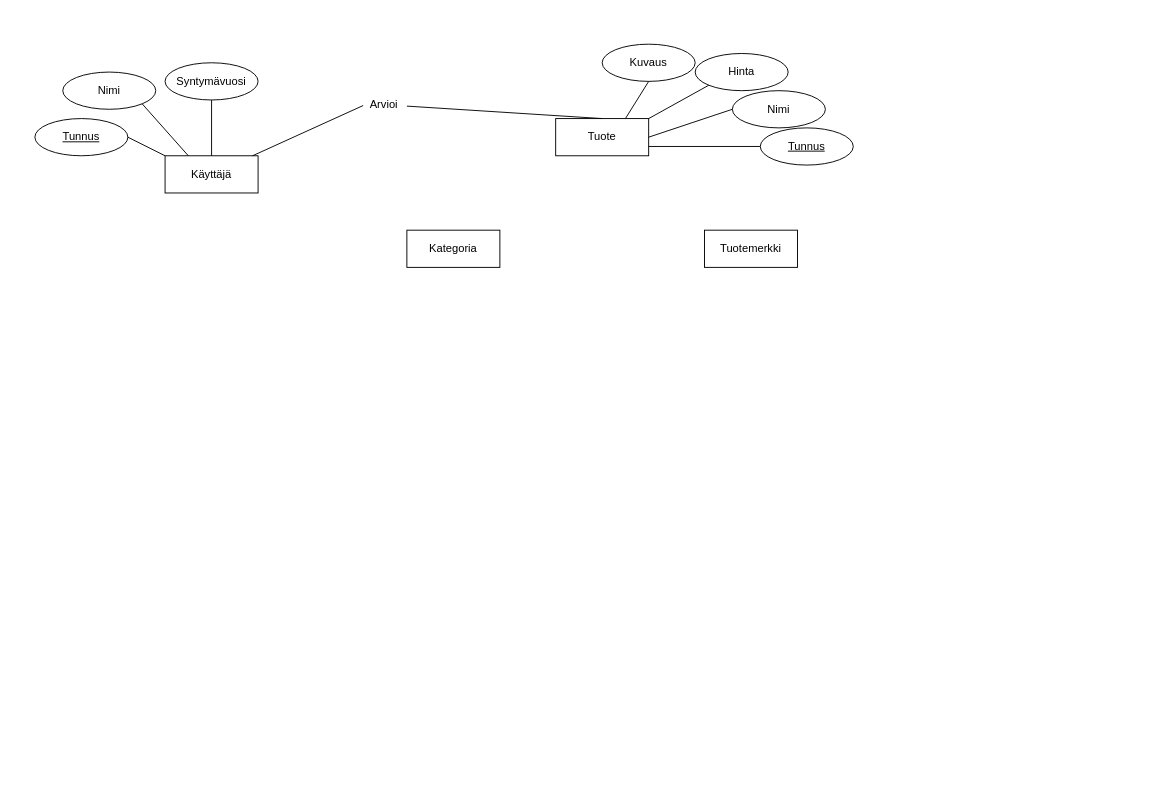
This is Untitled Diagram.drawio from AapoLinna/demoo-repo, a draw.io file, before an edit. Source tidied: cells renumbered, new cells numbered last; positions are measured from the earlier drawing's top-left corner, leaving out a move shared by most shapes. Both pictures are drawn from the tidied source at 93%, with x=0, y=0 at pixel (34, 44).
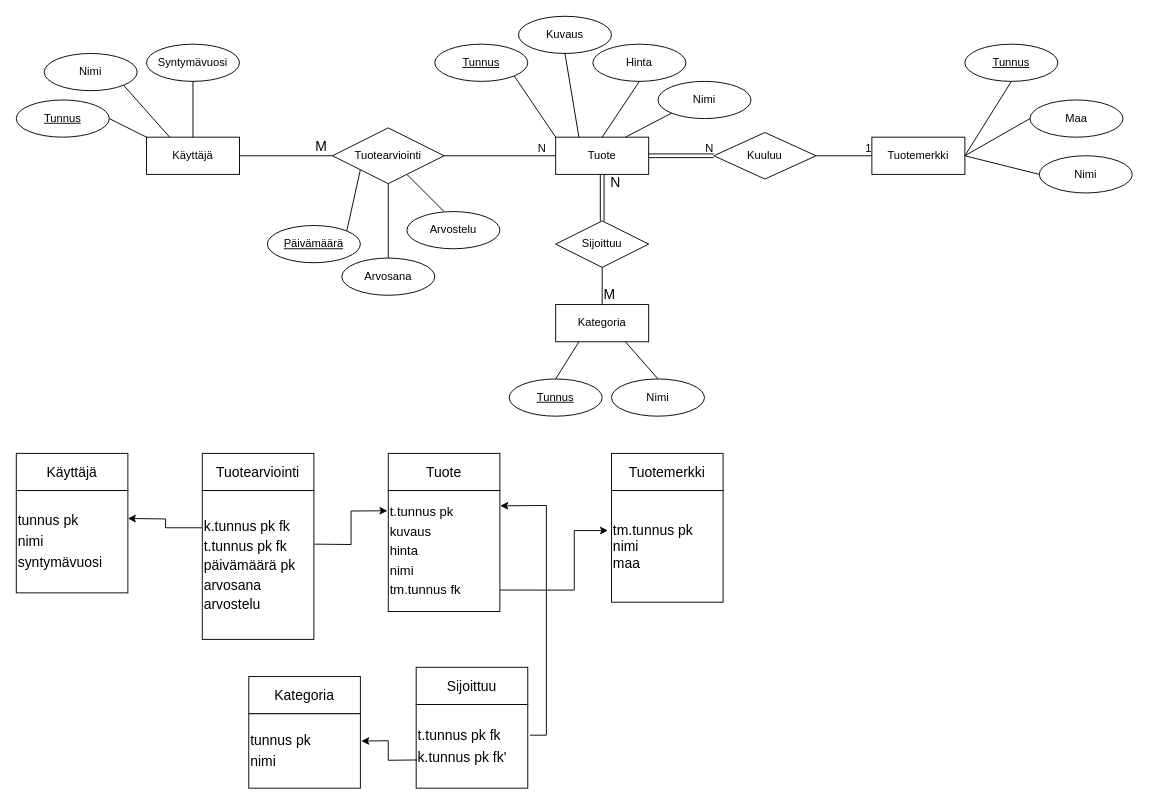
The same diagram, later.

What changed in the source:
```diff
@@
     <mxCell id="2" value="Kategoria" style="whiteSpace=wrap;html=1;align=center;" parent="1" vertex="1">
-      <mxGeometry x="400" y="200" width="100" height="40" as="geometry" />
+      <mxGeometry x="560" y="280" width="100" height="40" as="geometry" />
     </mxCell>
     <mxCell id="3" value="Tuotemerkki" style="whiteSpace=wrap;html=1;align=center;" parent="1" vertex="1">
-      <mxGeometry x="720" y="200" width="100" height="40" as="geometry" />
+      <mxGeometry x="900" y="100" width="100" height="40" as="geometry" />
     </mxCell>
     <mxCell id="4" value="Tuote" style="whiteSpace=wrap;html=1;align=center;" parent="1" vertex="1">
-      <mxGeometry x="560" y="80" width="100" height="40" as="geometry" />
+      <mxGeometry x="560" y="100" width="100" height="40" as="geometry" />
     </mxCell>
     <mxCell id="5" value="Käyttäjä" style="whiteSpace=wrap;html=1;align=center;" parent="1" vertex="1">
-      <mxGeometry x="140" y="120" width="100" height="40" as="geometry" />
+      <mxGeometry x="120" y="100" width="100" height="40" as="geometry" />
     </mxCell>
     <mxCell id="6" value="Tunnus" style="ellipse;whiteSpace=wrap;html=1;align=center;fontStyle=4;" parent="1" vertex="1">
-      <mxGeometry y="80" width="100" height="40" as="geometry" />
+      <mxGeometry x="-20" y="60" width="100" height="40" as="geometry" />
     </mxCell>
     <mxCell id="7" value="Nimi" style="ellipse;whiteSpace=wrap;html=1;align=center;" parent="1" vertex="1">
-      <mxGeometry x="30" y="30" width="100" height="40" as="geometry" />
+      <mxGeometry x="10" y="10" width="100" height="40" as="geometry" />
     </mxCell>
     <mxCell id="8" value="Syntymävuosi" style="ellipse;whiteSpace=wrap;html=1;align=center;" parent="1" vertex="1">
-      <mxGeometry x="140" y="20" width="100" height="40" as="geometry" />
+      <mxGeometry x="120" width="100" height="40" as="geometry" />
     </mxCell>
@@
     <mxCell id="12" value="Tunnus" style="ellipse;whiteSpace=wrap;html=1;align=center;fontStyle=4;" parent="1" vertex="1">
-      <mxGeometry x="780" y="90" width="100" height="40" as="geometry" />
+      <mxGeometry x="430" width="100" height="40" as="geometry" />
     </mxCell>
     <mxCell id="13" value="Hinta" style="ellipse;whiteSpace=wrap;html=1;align=center;" parent="1" vertex="1">
-      <mxGeometry x="710" y="10" width="100" height="40" as="geometry" />
+      <mxGeometry x="600" width="100" height="40" as="geometry" />
     </mxCell>
     <mxCell id="14" value="Nimi" style="ellipse;whiteSpace=wrap;html=1;align=center;" parent="1" vertex="1">
-      <mxGeometry x="750" y="50" width="100" height="40" as="geometry" />
+      <mxGeometry x="670" y="40" width="100" height="40" as="geometry" />
     </mxCell>
     <mxCell id="15" value="Kuvaus" style="ellipse;whiteSpace=wrap;html=1;align=center;" parent="1" vertex="1">
-      <mxGeometry x="610" width="100" height="40" as="geometry" />
+      <mxGeometry x="520" y="-30" width="100" height="40" as="geometry" />
     </mxCell>
-    <mxCell id="16" style="endArrow=none;html=1;rounded=0;exitX=0;exitY=1;exitDx=0;exitDy=0;" parent="1" edge="1" source="13">
-      <mxGeometry relative="1" as="geometry">
-        <mxPoint x="660" y="80" as="targetPoint" />
-      </mxGeometry>
+    <mxCell id="16" style="endArrow=none;html=1;rounded=0;exitX=0.5;exitY=1;exitDx=0;exitDy=0;entryX=0.5;entryY=0;entryDx=0;entryDy=0;" parent="1" edge="1" source="13" target="4">
+      <mxGeometry relative="1" as="geometry" />
     </mxCell>
-    <mxCell id="17" style="endArrow=none;html=1;rounded=0;exitX=0.5;exitY=1;exitDx=0;exitDy=0;entryX=0.75;entryY=0;entryDx=0;entryDy=0;" parent="1" edge="1" source="15" target="4">
+    <mxCell id="17" style="endArrow=none;html=1;rounded=0;exitX=0.5;exitY=1;exitDx=0;exitDy=0;entryX=0.25;entryY=0;entryDx=0;entryDy=0;" parent="1" edge="1" source="15" target="4">
       <mxGeometry relative="1" as="geometry" />
     </mxCell>
-    <mxCell id="18" style="endArrow=none;html=1;rounded=0;entryX=1;entryY=0.5;entryDx=0;entryDy=0;exitX=0;exitY=0.5;exitDx=0;exitDy=0;" parent="1" edge="1" source="14" target="4">
+    <mxCell id="18" style="endArrow=none;html=1;rounded=0;entryX=0.75;entryY=0;entryDx=0;entryDy=0;exitX=0;exitY=1;exitDx=0;exitDy=0;" parent="1" edge="1" source="14" target="4">
       <mxGeometry relative="1" as="geometry" />
     </mxCell>
-    <mxCell id="19" style="endArrow=none;html=1;rounded=0;exitX=0;exitY=0.5;exitDx=0;exitDy=0;entryX=1;entryY=0.75;entryDx=0;entryDy=0;" parent="1" edge="1" source="12" target="4">
-      <mxGeometry relative="1" as="geometry" />
+    <mxCell id="19" style="endArrow=none;html=1;rounded=0;exitX=0;exitY=0;exitDx=0;exitDy=0;entryX=1;entryY=1;entryDx=0;entryDy=0;" parent="1" edge="1" source="4">
+      <mxGeometry relative="1" as="geometry">
+        <mxPoint x="515.4" y="34.1" as="targetPoint" />
+      </mxGeometry>
     </mxCell>
-    <mxCell id="20" value="Arvioi" style="text;html=1;align=center;verticalAlign=middle;points=[];strokeColor=none;fillColor=none;" parent="1" vertex="1">
-      <mxGeometry x="350" y="50" width="50" height="30" as="geometry" />
-    </mxCell>
-    <mxCell id="21" style="endArrow=none;html=1;rounded=0;entryX=0.06;entryY=0.533;entryDx=0;entryDy=0;entryPerimeter=0;" parent="1" edge="1" source="5" target="20">
-      <mxGeometry relative="1" as="geometry" />
-    </mxCell>
-    <mxCell id="22" style="endArrow=none;html=1;rounded=0;entryX=0.5;entryY=0;entryDx=0;entryDy=0;" parent="1" edge="1" source="20" target="4">
-      <mxGeometry relative="1" as="geometry" />
-    </mxCell>
+    <mxCell id="23" value="Tunnus" style="ellipse;whiteSpace=wrap;html=1;align=center;fontStyle=4;" parent="1" vertex="1">
+      <mxGeometry x="510" y="360" width="100" height="40" as="geometry" />
+    </mxCell>
+    <mxCell id="24" value="Nimi" style="ellipse;whiteSpace=wrap;html=1;align=center;" parent="1" vertex="1">
+      <mxGeometry x="620" y="360" width="100" height="40" as="geometry" />
+    </mxCell>
+    <mxCell id="25" style="endArrow=none;html=1;rounded=0;exitX=0.5;exitY=0;exitDx=0;exitDy=0;entryX=0.25;entryY=1;entryDx=0;entryDy=0;" parent="1" edge="1" source="23" target="2">
+      <mxGeometry relative="1" as="geometry" />
+    </mxCell>
+    <mxCell id="26" style="endArrow=none;html=1;rounded=0;exitX=0.5;exitY=0;exitDx=0;exitDy=0;entryX=0.75;entryY=1;entryDx=0;entryDy=0;" parent="1" edge="1" source="24" target="2">
+      <mxGeometry relative="1" as="geometry" />
+    </mxCell>
+    <mxCell id="27" value="Tunnus&lt;br&gt;" style="ellipse;whiteSpace=wrap;html=1;align=center;fontStyle=4;" parent="1" vertex="1">
+      <mxGeometry x="1000" width="100" height="40" as="geometry" />
+    </mxCell>
+    <mxCell id="28" value="Nimi" style="ellipse;whiteSpace=wrap;html=1;align=center;" parent="1" vertex="1">
+      <mxGeometry x="1080" y="120" width="100" height="40" as="geometry" />
+    </mxCell>
+    <mxCell id="29" value="Maa" style="ellipse;whiteSpace=wrap;html=1;align=center;" parent="1" vertex="1">
+      <mxGeometry x="1070" y="60" width="100" height="40" as="geometry" />
+    </mxCell>
+    <mxCell id="30" style="endArrow=none;html=1;rounded=0;entryX=0.5;entryY=1;entryDx=0;entryDy=0;exitX=1;exitY=0.5;exitDx=0;exitDy=0;" parent="1" edge="1" source="3" target="27">
+      <mxGeometry relative="1" as="geometry" />
+    </mxCell>
+    <mxCell id="31" style="endArrow=none;html=1;rounded=0;exitX=0;exitY=0.5;exitDx=0;exitDy=0;entryX=1;entryY=0.5;entryDx=0;entryDy=0;" parent="1" edge="1" source="29" target="3">
+      <mxGeometry relative="1" as="geometry" />
+    </mxCell>
+    <mxCell id="32" style="endArrow=none;html=1;rounded=0;exitX=0;exitY=0.5;exitDx=0;exitDy=0;entryX=1;entryY=0.5;entryDx=0;entryDy=0;" parent="1" edge="1" source="28" target="3">
+      <mxGeometry relative="1" as="geometry" />
+    </mxCell>
+    <mxCell id="33" value="Sijoittuu" style="shape=rhombus;perimeter=rhombusPerimeter;whiteSpace=wrap;html=1;align=center;" parent="1" vertex="1">
+      <mxGeometry x="560" y="190" width="100" height="50" as="geometry" />
+    </mxCell>
+    <mxCell id="34" style="endArrow=none;html=1;rounded=0;entryX=0;entryY=0.5;entryDx=0;entryDy=0;exitX=1;exitY=0.5;exitDx=0;exitDy=0;" parent="1" edge="1" source="47" target="4">
+      <mxGeometry relative="1" as="geometry" />
+    </mxCell>
+    <mxCell id="35" value="N" style="html=1;align=right;verticalAlign=bottom;direction=west;" parent="34" vertex="1">
+      <mxGeometry x="1" relative="1" as="geometry">
+        <mxPoint x="-10" as="offset" />
+      </mxGeometry>
+    </mxCell>
+    <mxCell id="36" value="Kuuluu" style="shape=rhombus;perimeter=rhombusPerimeter;whiteSpace=wrap;html=1;align=center;" parent="1" vertex="1">
+      <mxGeometry x="730" y="95" width="110" height="50" as="geometry" />
+    </mxCell>
+    <mxCell id="37" style="shape=link;html=1;rounded=0;exitX=1;exitY=0.5;exitDx=0;exitDy=0;entryX=0;entryY=0.5;entryDx=0;entryDy=0;" parent="1" edge="1" source="4" target="36">
+      <mxGeometry relative="1" as="geometry" />
+    </mxCell>
+    <mxCell id="38" value="N" style="html=1;align=right;verticalAlign=bottom;" parent="37" vertex="1">
+      <mxGeometry x="1" relative="1" as="geometry" />
+    </mxCell>
+    <mxCell id="39" style="endArrow=none;html=1;rounded=0;exitX=1;exitY=0.5;exitDx=0;exitDy=0;entryX=0;entryY=0.5;entryDx=0;entryDy=0;" parent="1" edge="1" source="36" target="3">
+      <mxGeometry relative="1" as="geometry" />
+    </mxCell>
+    <mxCell id="40" value="1" style="html=1;align=right;verticalAlign=bottom;" parent="39" vertex="1">
+      <mxGeometry x="1" relative="1" as="geometry" />
+    </mxCell>
+    <mxCell id="41" value="Arvostelu" style="ellipse;whiteSpace=wrap;html=1;align=center;" parent="1" vertex="1">
+      <mxGeometry x="400" y="180" width="100" height="40" as="geometry" />
+    </mxCell>
+    <mxCell id="42" value="Arvosana" style="ellipse;whiteSpace=wrap;html=1;align=center;" parent="1" vertex="1">
+      <mxGeometry x="330" y="230" width="100" height="40" as="geometry" />
+    </mxCell>
+    <mxCell id="43" value="Päivämäärä" style="ellipse;whiteSpace=wrap;html=1;align=center;fontStyle=4;" parent="1" vertex="1">
+      <mxGeometry x="250" y="195" width="100" height="40" as="geometry" />
+    </mxCell>
+    <mxCell id="44" style="endArrow=none;html=1;rounded=0;" parent="1" edge="1" target="47">
+      <mxGeometry relative="1" as="geometry">
+        <mxPoint x="440" y="180" as="sourcePoint" />
+      </mxGeometry>
+    </mxCell>
+    <mxCell id="45" style="endArrow=none;html=1;rounded=0;entryX=0.5;entryY=1;entryDx=0;entryDy=0;exitX=0.5;exitY=0;exitDx=0;exitDy=0;" parent="1" edge="1" source="42">
+      <mxGeometry relative="1" as="geometry">
+        <mxPoint x="380" y="150" as="targetPoint" />
+      </mxGeometry>
+    </mxCell>
+    <mxCell id="46" style="endArrow=none;html=1;rounded=0;exitX=0;exitY=1;exitDx=0;exitDy=0;entryX=1;entryY=0;entryDx=0;entryDy=0;" parent="1" edge="1" source="47" target="43">
+      <mxGeometry relative="1" as="geometry" />
+    </mxCell>
+    <mxCell id="47" value="Tuotearviointi" style="shape=rhombus;perimeter=rhombusPerimeter;whiteSpace=wrap;html=1;align=center;" parent="1" vertex="1">
+      <mxGeometry x="320" y="90" width="120" height="60" as="geometry" />
+    </mxCell>
+    <mxCell id="48" value="&lt;font style=&quot;font-size: 15px;&quot;&gt;Käyttäjä&lt;/font&gt;" style="rounded=0;whiteSpace=wrap;html=1;" parent="1" vertex="1">
+      <mxGeometry x="-20" y="440" width="120" height="40" as="geometry" />
+    </mxCell>
+    <mxCell id="49" value="&lt;p style=&quot;line-height: 1.5;&quot;&gt;tunnus pk&lt;br&gt;nimi&lt;br&gt;syntymävuosi&lt;br&gt;&lt;/p&gt;" style="whiteSpace=wrap;html=1;fontSize=15;align=left;" parent="1" vertex="1">
+      <mxGeometry x="-20" y="480" width="120" height="110" as="geometry" />
+    </mxCell>
+    <mxCell id="50" value="Tuotearviointi" style="whiteSpace=wrap;html=1;fontSize=15;" parent="1" vertex="1">
+      <mxGeometry x="180" y="440" width="120" height="40" as="geometry" />
+    </mxCell>
+    <mxCell id="51" style="edgeStyle=orthogonalEdgeStyle;rounded=0;jettySize=auto;html=1;exitX=0;exitY=0.25;exitDx=0;exitDy=0;fontSize=15;" parent="1" edge="1" source="52">
+      <mxGeometry relative="1" as="geometry">
+        <mxPoint x="100" y="510" as="targetPoint" />
+      </mxGeometry>
+    </mxCell>
+    <mxCell id="52" value="&lt;p style=&quot;line-height: 1.4;&quot;&gt;k.tunnus pk fk&lt;br&gt;t.tunnus pk fk&lt;br&gt;päivämäärä pk&lt;br&gt;arvosana&lt;br&gt;arvostelu&lt;/p&gt;" style="whiteSpace=wrap;html=1;fontSize=15;align=left;" parent="1" vertex="1">
+      <mxGeometry x="180" y="480" width="120" height="160" as="geometry" />
+    </mxCell>
+    <mxCell id="53" value="Tuote" style="whiteSpace=wrap;html=1;fontSize=15;" parent="1" vertex="1">
+      <mxGeometry x="380" y="440" width="120" height="40" as="geometry" />
+    </mxCell>
+    <mxCell id="54" value="Kategoria" style="whiteSpace=wrap;html=1;fontSize=15;" parent="1" vertex="1">
+      <mxGeometry x="230" y="680" width="120" height="40" as="geometry" />
+    </mxCell>
+    <mxCell id="55" value="&lt;p style=&quot;line-height: 1.5;&quot;&gt;tunnus pk&lt;br&gt;nimi&lt;/p&gt;" style="whiteSpace=wrap;html=1;fontSize=15;align=left;" parent="1" vertex="1">
+      <mxGeometry x="230" y="720" width="120" height="80" as="geometry" />
+    </mxCell>
+    <mxCell id="56" style="shape=link;html=1;rounded=0;fontSize=15;exitX=0.5;exitY=1;exitDx=0;exitDy=0;entryX=0.5;entryY=0;entryDx=0;entryDy=0;" parent="1" edge="1" source="4" target="33">
+      <mxGeometry relative="1" as="geometry" />
+    </mxCell>
+    <mxCell id="57" value="N" style="html=1;align=right;verticalAlign=bottom;fontSize=15;" parent="56" vertex="1">
+      <mxGeometry x="1" relative="1" as="geometry">
+        <mxPoint x="20" y="-31" as="offset" />
+      </mxGeometry>
+    </mxCell>
+    <mxCell id="58" style="endArrow=none;html=1;rounded=0;fontSize=15;exitX=0.5;exitY=0;exitDx=0;exitDy=0;entryX=0.5;entryY=1;entryDx=0;entryDy=0;" parent="1" edge="1" source="2" target="33">
+      <mxGeometry relative="1" as="geometry" />
+    </mxCell>
+    <mxCell id="59" value="M" style="html=1;align=left;verticalAlign=bottom;fontSize=15;" parent="58" vertex="1">
+      <mxGeometry x="-1" relative="1" as="geometry" />
+    </mxCell>
+    <mxCell id="60" style="endArrow=none;html=1;rounded=0;fontSize=15;entryX=1;entryY=0.5;entryDx=0;entryDy=0;" parent="1" edge="1" target="5">
+      <mxGeometry relative="1" as="geometry">
+        <mxPoint x="320" y="120" as="sourcePoint" />
+      </mxGeometry>
+    </mxCell>
+    <mxCell id="61" value="M" style="html=1;align=left;verticalAlign=bottom;fontSize=15;" parent="60" vertex="1">
+      <mxGeometry x="-1" relative="1" as="geometry">
+        <mxPoint x="-20" as="offset" />
+      </mxGeometry>
+    </mxCell>
+    <mxCell id="62" value="Sijoittuu" style="whiteSpace=wrap;html=1;fontSize=15;" parent="1" vertex="1">
+      <mxGeometry x="410" y="670" width="120" height="40" as="geometry" />
+    </mxCell>
+    <mxCell id="63" value="&lt;p style=&quot;line-height: 1.5;&quot;&gt;t.tunnus pk fk&lt;br&gt;k.tunnus pk fk'&lt;/p&gt;" style="whiteSpace=wrap;html=1;fontSize=15;align=left;" parent="1" vertex="1">
+      <mxGeometry x="410" y="710" width="120" height="90" as="geometry" />
+    </mxCell>
+    <mxCell id="64" style="endArrow=classic;html=1;rounded=0;fontSize=15;entryX=1.008;entryY=0.367;entryDx=0;entryDy=0;entryPerimeter=0;exitX=0.008;exitY=0.663;exitDx=0;exitDy=0;exitPerimeter=0;" parent="1" edge="1" source="63" target="55">
+      <mxGeometry relative="1" as="geometry">
+        <Array as="points">
+          <mxPoint x="380" y="770" />
+          <mxPoint x="380" y="749" />
+        </Array>
+      </mxGeometry>
+    </mxCell>
+    <mxCell id="65" style="endArrow=classic;html=1;rounded=0;fontSize=15;entryX=1.003;entryY=0.091;entryDx=0;entryDy=0;exitX=1.019;exitY=0.367;exitDx=0;exitDy=0;exitPerimeter=0;entryPerimeter=0;" parent="1" edge="1" source="63">
+      <mxGeometry relative="1" as="geometry">
+        <mxPoint x="500.4" y="496.4" as="targetPoint" />
+        <Array as="points">
+          <mxPoint x="550" y="743" />
+          <mxPoint x="550" y="496" />
+        </Array>
+      </mxGeometry>
+    </mxCell>
+    <mxCell id="66" value="Tuotemerkki" style="whiteSpace=wrap;html=1;fontSize=15;" parent="1" vertex="1">
+      <mxGeometry x="620" y="440" width="120" height="40" as="geometry" />
+    </mxCell>
+    <mxCell id="67" value="&lt;p style=&quot;line-height: 1.7;&quot;&gt;&lt;/p&gt;&lt;div style=&quot;&quot;&gt;&lt;span style=&quot;background-color: initial;&quot;&gt;tm.tunnus pk&lt;/span&gt;&lt;/div&gt;&lt;div style=&quot;&quot;&gt;&lt;span style=&quot;background-color: initial;&quot;&gt;nimi&lt;/span&gt;&lt;/div&gt;&lt;div style=&quot;&quot;&gt;&lt;span style=&quot;background-color: initial;&quot;&gt;maa&lt;/span&gt;&lt;/div&gt;&lt;p&gt;&lt;/p&gt;" style="whiteSpace=wrap;html=1;fontSize=15;align=left;" parent="1" vertex="1">
+      <mxGeometry x="620" y="480" width="120" height="120" as="geometry" />
+    </mxCell>
+    <mxCell id="68" value="&lt;p style=&quot;line-height: 1.5;&quot;&gt;t.tunnus pk&lt;br&gt;kuvaus&lt;br&gt;hinta&lt;br&gt;nimi&lt;br&gt;tm.tunnus fk&lt;/p&gt;" style="rounded=0;whiteSpace=wrap;html=1;fontSize=14;align=left;" parent="1" vertex="1">
+      <mxGeometry x="380" y="480" width="120" height="130" as="geometry" />
+    </mxCell>
+    <mxCell id="69" style="endArrow=classic;html=1;rounded=0;fontSize=14;exitX=1.003;exitY=0.36;exitDx=0;exitDy=0;exitPerimeter=0;entryX=-0.008;entryY=0.167;entryDx=0;entryDy=0;entryPerimeter=0;" parent="1" edge="1" source="52" target="68">
+      <mxGeometry relative="1" as="geometry">
+        <Array as="points">
+          <mxPoint x="340" y="538" />
+          <mxPoint x="340" y="502" />
+        </Array>
+      </mxGeometry>
+    </mxCell>
+    <mxCell id="70" style="endArrow=classic;html=1;rounded=0;fontSize=14;exitX=1.003;exitY=0.823;exitDx=0;exitDy=0;exitPerimeter=0;entryX=-0.031;entryY=0.358;entryDx=0;entryDy=0;entryPerimeter=0;" parent="1" edge="1" source="68" target="67">
+      <mxGeometry relative="1" as="geometry">
+        <Array as="points">
+          <mxPoint x="580" y="587" />
+          <mxPoint x="580" y="523" />
+        </Array>
+      </mxGeometry>
+    </mxCell>
```
